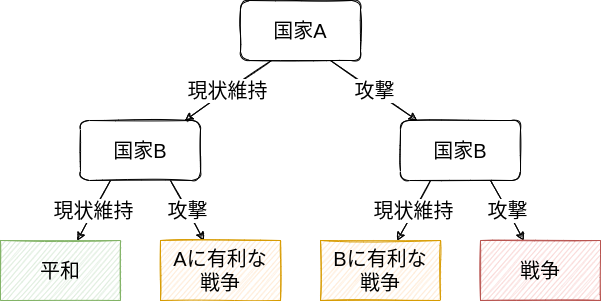
shohei-doi/intro_polisci keeps this draw.io diagram as docs/figures/reassurance.drawio.png. Above is the earlier version. Source tidied: cells renumbered, new cells last; positions are measured from the earlier drawing's top-left corner, leaving out a move shared by most shapes.
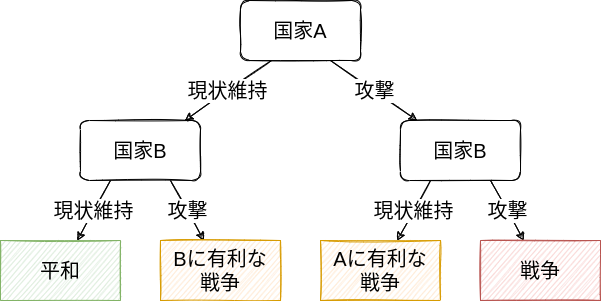
The same file after the commit.

What changed in the source:
```diff
@@ -23,7 +23,7 @@
     <mxCell id="7" value="&lt;font style=&quot;font-size: 20px&quot;&gt;国家B&lt;/font&gt;" style="whiteSpace=wrap;html=1;sketch=1;rounded=1;" parent="1" vertex="1">
       <mxGeometry x="400" y="120" width="120" height="60" as="geometry" />
     </mxCell>
-    <mxCell id="8" value="Bに有利な&lt;br&gt;戦争" style="whiteSpace=wrap;html=1;rounded=0;sketch=1;fontSize=20;fillColor=#ffe6cc;strokeColor=#d79b00;" parent="1" vertex="1">
+    <mxCell id="8" value="Aに有利な&lt;br&gt;戦争" style="whiteSpace=wrap;html=1;rounded=0;sketch=1;fontSize=20;fillColor=#ffe6cc;strokeColor=#d79b00;" parent="1" vertex="1">
       <mxGeometry x="320" y="240" width="120" height="60" as="geometry" />
     </mxCell>
     <mxCell id="9" value="戦争" style="whiteSpace=wrap;html=1;rounded=0;sketch=1;fontSize=20;fillColor=#f8cecc;strokeColor=#b85450;" parent="1" vertex="1">
@@ -41,7 +41,7 @@
     <mxCell id="13" value="平和" style="whiteSpace=wrap;html=1;rounded=0;sketch=1;fontSize=20;fillColor=#d5e8d4;strokeColor=#82b366;" parent="1" vertex="1">
       <mxGeometry y="240" width="120" height="60" as="geometry" />
     </mxCell>
-    <mxCell id="14" value="Aに有利な&lt;br&gt;戦争" style="whiteSpace=wrap;html=1;rounded=0;sketch=1;fontSize=20;fillColor=#ffe6cc;strokeColor=#d79b00;" parent="1" vertex="1">
+    <mxCell id="14" value="Bに有利な&lt;br&gt;戦争" style="whiteSpace=wrap;html=1;rounded=0;sketch=1;fontSize=20;fillColor=#ffe6cc;strokeColor=#d79b00;" parent="1" vertex="1">
       <mxGeometry x="160" y="240" width="120" height="60" as="geometry" />
     </mxCell>
   </root>
```
